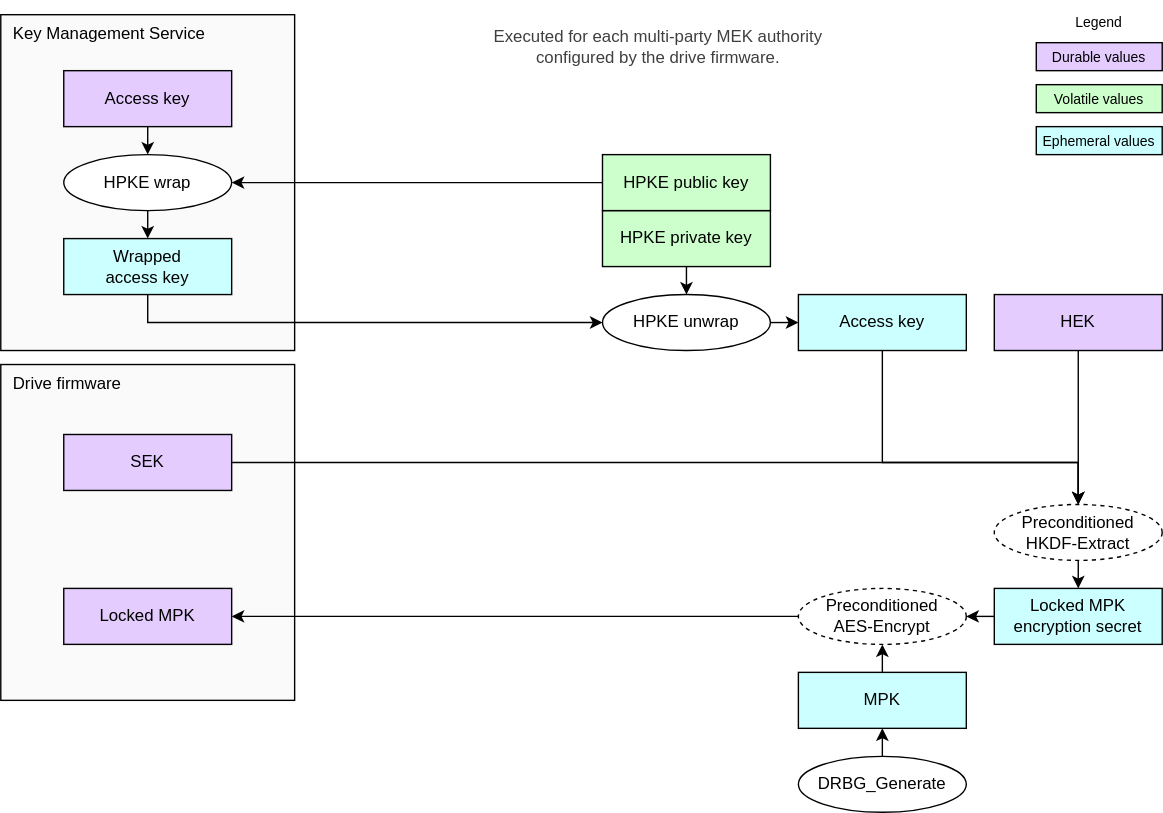
Before: doc/ocp_lock/diagrams/mpk_generate.drawio.svg, a diagram exported from draw.io (chipsalliance/Caliptra). Source tidied: cells renumbered, new cells last; positions are measured from the earlier drawing's top-left corner, leaving out a move shared by most shapes. Source of this version:
```xml
<mxGraphModel background="#ffffff">
  <root>
    <mxCell id="0" />
    <mxCell id="1" parent="0" />
    <mxCell id="2" value="Drive firmware" style="rounded=0;whiteSpace=wrap;html=1;fillColor=#FAFAFA;strokeColor=#000000;align=left;verticalAlign=top;spacingLeft=7;" parent="1" vertex="1">
      <mxGeometry y="260" width="210" height="240" as="geometry" />
    </mxCell>
    <mxCell id="3" value="Key Management Service" style="rounded=0;whiteSpace=wrap;html=1;fillColor=#FAFAFA;strokeColor=#000000;align=left;verticalAlign=top;spacingLeft=7;" parent="1" vertex="1">
      <mxGeometry y="10" width="210" height="240" as="geometry" />
    </mxCell>
    <mxCell id="4" value="&lt;div&gt;&lt;font color=&quot;#000000&quot;&gt;Locked MPK&lt;/font&gt;&lt;/div&gt;" style="rounded=0;whiteSpace=wrap;html=1;align=center;verticalAlign=middle;shadow=0;glass=0;spacingLeft=0;spacingBottom=0;spacingTop=0;fillColor=#E5CCFF;" parent="1" vertex="1">
      <mxGeometry x="45" y="420" width="120" height="40" as="geometry" />
    </mxCell>
    <mxCell id="5" value="&lt;div&gt;&lt;font color=&quot;#000000&quot;&gt;HEK&lt;/font&gt;&lt;/div&gt;" style="rounded=0;whiteSpace=wrap;html=1;align=center;verticalAlign=middle;shadow=0;glass=0;spacingLeft=0;spacingBottom=0;spacingTop=0;fillColor=#E5CCFF;" parent="1" vertex="1">
      <mxGeometry x="710" y="210" width="120" height="40" as="geometry" />
    </mxCell>
    <mxCell id="6" style="edgeStyle=none;html=1;exitX=0;exitY=0.5;exitDx=0;exitDy=0;entryX=1;entryY=0.5;entryDx=0;entryDy=0;" parent="1" edge="1" source="7" target="10">
      <mxGeometry relative="1" as="geometry" />
    </mxCell>
    <mxCell id="7" value="&lt;div&gt;&lt;font color=&quot;#000000&quot;&gt;Locked MPK encryption secret&lt;/font&gt;&lt;/div&gt;" style="rounded=0;whiteSpace=wrap;html=1;align=center;verticalAlign=middle;shadow=0;glass=0;spacingLeft=0;spacingBottom=0;spacingTop=0;fillColor=#CCFFFF;" parent="1" vertex="1">
      <mxGeometry x="710" y="420" width="120" height="40" as="geometry" />
    </mxCell>
    <mxCell id="8" value="&lt;div&gt;&lt;font color=&quot;#000000&quot;&gt;Access key&lt;/font&gt;&lt;/div&gt;" style="rounded=0;whiteSpace=wrap;html=1;align=center;verticalAlign=middle;shadow=0;glass=0;spacingLeft=0;spacingBottom=0;spacingTop=0;fillColor=#CCFFFF;" parent="1" vertex="1">
      <mxGeometry x="570" y="210" width="120" height="40" as="geometry" />
    </mxCell>
    <mxCell id="9" value="Preconditioned&lt;div&gt;HKDF-Extract&lt;/div&gt;" style="ellipse;whiteSpace=wrap;html=1;fillColor=#FFFFFF;dashed=1;" parent="1" vertex="1">
      <mxGeometry x="710" y="360" width="120" height="40" as="geometry" />
    </mxCell>
    <mxCell id="10" value="Preconditioned&lt;div&gt;AES-Encrypt&lt;/div&gt;" style="ellipse;whiteSpace=wrap;html=1;fillColor=#FFFFFF;dashed=1;" parent="1" vertex="1">
      <mxGeometry x="570" y="420" width="120" height="40" as="geometry" />
    </mxCell>
    <mxCell id="11" style="endArrow=none;html=1;exitX=1;exitY=0.5;exitDx=0;exitDy=0;entryX=0;entryY=0.5;entryDx=0;entryDy=0;startArrow=classic;startFill=1;endFill=0;endSize=6;startSize=6;" parent="1" edge="1" source="4" target="10">
      <mxGeometry relative="1" as="geometry" />
    </mxCell>
    <mxCell id="12" style="endArrow=classic;html=1;exitX=0.5;exitY=1;exitDx=0;exitDy=0;endSize=6;startSize=6;edgeStyle=orthogonalEdgeStyle;rounded=0;curved=0;entryX=0.5;entryY=0;entryDx=0;entryDy=0;" parent="1" edge="1" source="8" target="9">
      <mxGeometry relative="1" as="geometry">
        <Array as="points">
          <mxPoint x="630" y="330" />
          <mxPoint x="770" y="330" />
        </Array>
      </mxGeometry>
    </mxCell>
    <mxCell id="13" style="endArrow=classic;html=1;exitX=0.5;exitY=1;exitDx=0;exitDy=0;entryX=0.5;entryY=0;entryDx=0;entryDy=0;endSize=6;startSize=6;" parent="1" edge="1" source="9" target="7">
      <mxGeometry relative="1" as="geometry" />
    </mxCell>
    <mxCell id="14" value="&lt;div&gt;&lt;font color=&quot;#000000&quot;&gt;MPK&lt;/font&gt;&lt;/div&gt;" style="rounded=0;whiteSpace=wrap;html=1;align=center;verticalAlign=middle;shadow=0;glass=0;spacingLeft=0;spacingBottom=0;spacingTop=0;fillColor=#CCFFFF;" parent="1" vertex="1">
      <mxGeometry x="570" y="480" width="120" height="40" as="geometry" />
    </mxCell>
    <mxCell id="15" style="endArrow=none;html=1;exitX=0.5;exitY=1;exitDx=0;exitDy=0;entryX=0.5;entryY=0;entryDx=0;entryDy=0;startArrow=classic;startFill=1;endFill=0;endSize=6;startSize=6;" parent="1" edge="1" source="10" target="14">
      <mxGeometry relative="1" as="geometry" />
    </mxCell>
    <mxCell id="16" style="edgeStyle=segmentEdgeStyle;endArrow=classic;html=1;curved=0;rounded=0;endSize=6;startSize=6;exitX=0.5;exitY=1;exitDx=0;exitDy=0;entryX=0.5;entryY=0;entryDx=0;entryDy=0;" parent="1" edge="1" source="5" target="9">
      <mxGeometry relative="1" as="geometry" />
    </mxCell>
    <mxCell id="17" value="&lt;div&gt;&lt;font color=&quot;#000000&quot;&gt;HPKE private key&lt;/font&gt;&lt;/div&gt;" style="rounded=0;whiteSpace=wrap;html=1;align=center;verticalAlign=middle;shadow=0;glass=0;spacingLeft=0;spacingBottom=0;spacingTop=0;fillColor=#CCFFCC;" parent="1" vertex="1">
      <mxGeometry x="430" y="150" width="120" height="40" as="geometry" />
    </mxCell>
    <mxCell id="18" value="HPKE unwrap" style="ellipse;whiteSpace=wrap;html=1;fillColor=#FFFFFF;" parent="1" vertex="1">
      <mxGeometry x="430" y="210" width="120" height="40" as="geometry" />
    </mxCell>
    <mxCell id="19" style="endArrow=classic;html=1;exitX=1;exitY=0.5;exitDx=0;exitDy=0;endSize=6;startSize=6;" parent="1" edge="1" source="18" target="8">
      <mxGeometry relative="1" as="geometry" />
    </mxCell>
    <mxCell id="20" value="&lt;div&gt;&lt;font color=&quot;#000000&quot;&gt;Wrapped&lt;/font&gt;&lt;/div&gt;&lt;div&gt;&lt;font color=&quot;#000000&quot;&gt;access key&lt;/font&gt;&lt;/div&gt;" style="rounded=0;whiteSpace=wrap;html=1;align=center;verticalAlign=middle;shadow=0;glass=0;spacingLeft=0;spacingBottom=0;spacingTop=0;fillColor=#CCFFFF;" parent="1" vertex="1">
      <mxGeometry x="45" y="170" width="120" height="40" as="geometry" />
    </mxCell>
    <mxCell id="21" value="HPKE wrap" style="ellipse;whiteSpace=wrap;html=1;fillColor=#FFFFFF;" parent="1" vertex="1">
      <mxGeometry x="45" y="110" width="120" height="40" as="geometry" />
    </mxCell>
    <mxCell id="22" value="&lt;div&gt;&lt;font color=&quot;#000000&quot;&gt;HPKE public key&lt;/font&gt;&lt;/div&gt;" style="rounded=0;whiteSpace=wrap;html=1;align=center;verticalAlign=middle;shadow=0;glass=0;spacingLeft=0;spacingBottom=0;spacingTop=0;fillColor=#CCFFCC;" parent="1" vertex="1">
      <mxGeometry x="430" y="110" width="120" height="40" as="geometry" />
    </mxCell>
    <mxCell id="23" style="edgeStyle=segmentEdgeStyle;endArrow=classic;html=1;curved=0;rounded=0;endSize=6;startSize=6;exitX=0;exitY=0.5;exitDx=0;exitDy=0;entryX=1;entryY=0.5;entryDx=0;entryDy=0;" parent="1" edge="1" source="22" target="21">
      <mxGeometry relative="1" as="geometry">
        <Array as="points">
          <mxPoint x="410" y="130" />
          <mxPoint x="410" y="130" />
        </Array>
      </mxGeometry>
    </mxCell>
    <mxCell id="24" style="endArrow=classic;html=1;exitX=0.5;exitY=1;exitDx=0;exitDy=0;entryX=0.5;entryY=0;entryDx=0;entryDy=0;endSize=6;startSize=6;" parent="1" edge="1" source="21" target="20">
      <mxGeometry relative="1" as="geometry" />
    </mxCell>
    <mxCell id="25" style="edgeStyle=segmentEdgeStyle;endArrow=classic;html=1;curved=0;rounded=0;endSize=6;startSize=6;exitX=0.5;exitY=1;exitDx=0;exitDy=0;entryX=0;entryY=0.5;entryDx=0;entryDy=0;" parent="1" edge="1" source="20" target="18">
      <mxGeometry relative="1" as="geometry">
        <Array as="points">
          <mxPoint x="105" y="230" />
        </Array>
      </mxGeometry>
    </mxCell>
    <mxCell id="26" value="&lt;div&gt;&lt;font color=&quot;#000000&quot;&gt;Access key&lt;/font&gt;&lt;/div&gt;" style="rounded=0;whiteSpace=wrap;html=1;align=center;verticalAlign=middle;shadow=0;glass=0;spacingLeft=0;spacingBottom=0;spacingTop=0;fillColor=#E5CCFF;" parent="1" vertex="1">
      <mxGeometry x="45" y="50" width="120" height="40" as="geometry" />
    </mxCell>
    <mxCell id="27" style="endArrow=classic;html=1;exitX=0.5;exitY=1;exitDx=0;exitDy=0;entryX=0.5;entryY=0;entryDx=0;entryDy=0;endSize=6;startSize=6;" parent="1" edge="1" source="26" target="21">
      <mxGeometry relative="1" as="geometry" />
    </mxCell>
    <mxCell id="28" value="&lt;div&gt;&lt;font color=&quot;#000000&quot;&gt;Durable values&lt;/font&gt;&lt;/div&gt;" style="rounded=0;whiteSpace=wrap;html=1;align=center;verticalAlign=middle;shadow=0;glass=0;spacingLeft=0;spacingBottom=0;spacingTop=0;fillColor=#E5CCFF;fontSize=10;" parent="1" vertex="1">
      <mxGeometry x="740" y="30" width="90" height="20" as="geometry" />
    </mxCell>
    <mxCell id="29" value="Legend" style="text;strokeColor=none;align=center;fillColor=none;html=1;verticalAlign=middle;whiteSpace=wrap;rounded=0;fontSize=10;" parent="1" vertex="1">
      <mxGeometry x="755" width="60" height="30" as="geometry" />
    </mxCell>
    <mxCell id="30" style="edgeStyle=none;html=1;entryX=0.5;entryY=1;entryDx=0;entryDy=0;exitX=0.5;exitY=0;exitDx=0;exitDy=0;" parent="1" edge="1" source="31" target="14">
      <mxGeometry relative="1" as="geometry" />
    </mxCell>
    <mxCell id="31" value="DRBG_Generate" style="ellipse;whiteSpace=wrap;html=1;fillColor=#FFFFFF;" parent="1" vertex="1">
      <mxGeometry x="570" y="540" width="120" height="40" as="geometry" />
    </mxCell>
    <mxCell id="32" value="&lt;div&gt;&lt;font color=&quot;#000000&quot;&gt;Volatile values&lt;/font&gt;&lt;/div&gt;" style="rounded=0;whiteSpace=wrap;html=1;align=center;verticalAlign=middle;shadow=0;glass=0;spacingLeft=0;spacingBottom=0;spacingTop=0;fillColor=#CCFFCC;fontSize=10;" parent="1" vertex="1">
      <mxGeometry x="740" y="60" width="90" height="20" as="geometry" />
    </mxCell>
    <mxCell id="33" value="&lt;div&gt;&lt;font color=&quot;#000000&quot;&gt;Ephemeral values&lt;/font&gt;&lt;/div&gt;" style="rounded=0;whiteSpace=wrap;html=1;align=center;verticalAlign=middle;shadow=0;glass=0;spacingLeft=0;spacingBottom=0;spacingTop=0;fillColor=#CCFFFF;fontSize=10;" parent="1" vertex="1">
      <mxGeometry x="740" y="90" width="90" height="20" as="geometry" />
    </mxCell>
    <mxCell id="34" style="endArrow=classic;html=1;exitX=0.5;exitY=1;exitDx=0;exitDy=0;endSize=6;startSize=6;entryX=0.5;entryY=0;entryDx=0;entryDy=0;" parent="1" edge="1" source="17" target="18">
      <mxGeometry relative="1" as="geometry" />
    </mxCell>
    <mxCell id="35" value="&lt;div style=&quot;color: rgb(63, 63, 63);&quot;&gt;Executed&lt;span style=&quot;background-color: transparent;&quot;&gt;&amp;nbsp;for&amp;nbsp;&lt;/span&gt;&lt;span style=&quot;background-color: transparent;&quot;&gt;each multi-party MEK authority configured by the drive firmware.&lt;/span&gt;&lt;/div&gt;" style="text;strokeColor=none;align=center;fillColor=none;html=1;verticalAlign=middle;whiteSpace=wrap;rounded=0;" parent="1" vertex="1">
      <mxGeometry x="340" y="10" width="260" height="45" as="geometry" />
    </mxCell>
    <mxCell id="36" value="&lt;div&gt;&lt;font color=&quot;#000000&quot;&gt;SEK&lt;/font&gt;&lt;/div&gt;" style="rounded=0;whiteSpace=wrap;html=1;align=center;verticalAlign=middle;shadow=0;glass=0;spacingLeft=0;spacingBottom=0;spacingTop=0;fillColor=#E5CCFF;" parent="1" vertex="1">
      <mxGeometry x="45" y="310" width="120" height="40" as="geometry" />
    </mxCell>
    <mxCell id="37" style="edgeStyle=orthogonalEdgeStyle;endArrow=classic;html=1;rounded=0;endSize=6;startSize=6;exitX=1;exitY=0.5;exitDx=0;exitDy=0;entryX=0.5;entryY=0;entryDx=0;entryDy=0;" parent="1" edge="1" source="36" target="9">
      <mxGeometry relative="1" as="geometry">
        <Array as="points">
          <mxPoint x="770" y="330" />
        </Array>
      </mxGeometry>
    </mxCell>
  </root>
</mxGraphModel>
```
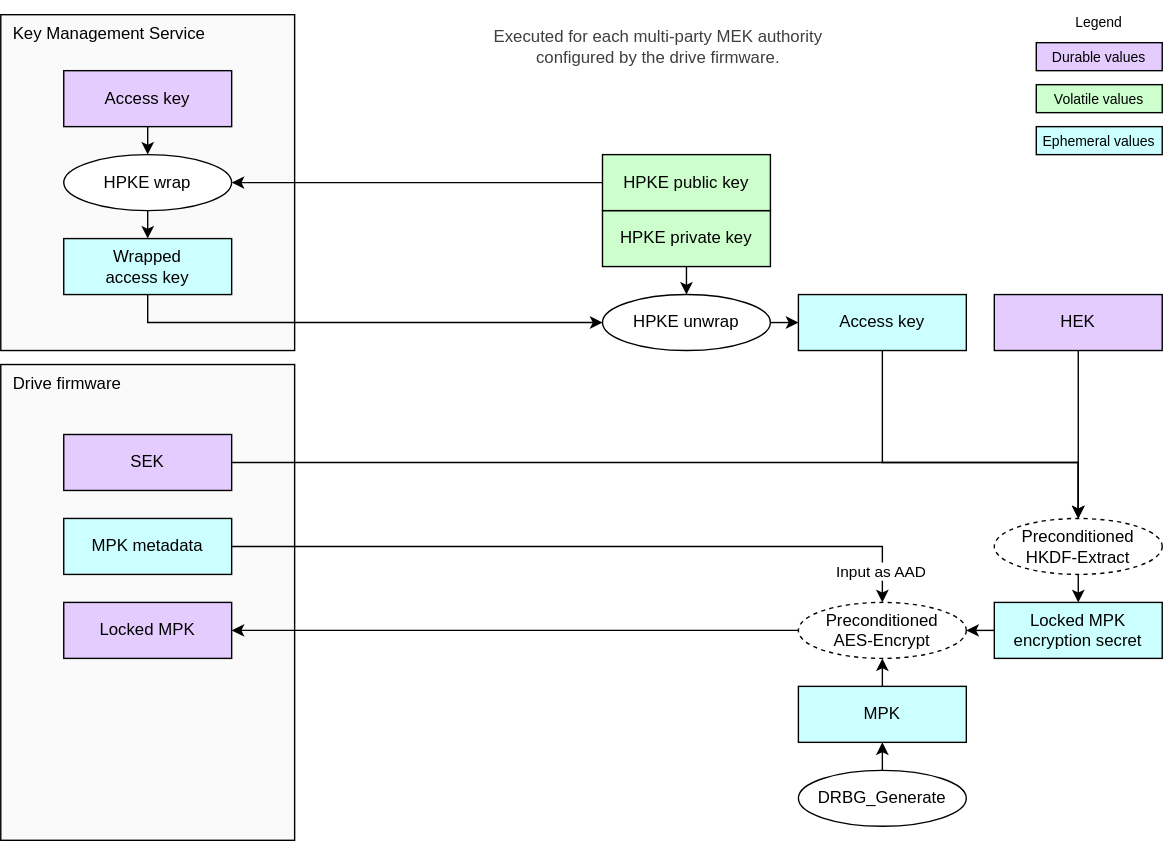
The same diagram one commit later.

Change to the diagram source:
```diff
@@ -3,13 +3,13 @@
     <mxCell id="0" />
     <mxCell id="1" parent="0" />
     <mxCell id="2" value="Drive firmware" style="rounded=0;whiteSpace=wrap;html=1;fillColor=#FAFAFA;strokeColor=#000000;align=left;verticalAlign=top;spacingLeft=7;" parent="1" vertex="1">
-      <mxGeometry y="260" width="210" height="240" as="geometry" />
+      <mxGeometry y="260" width="210" height="340" as="geometry" />
     </mxCell>
     <mxCell id="3" value="Key Management Service" style="rounded=0;whiteSpace=wrap;html=1;fillColor=#FAFAFA;strokeColor=#000000;align=left;verticalAlign=top;spacingLeft=7;" parent="1" vertex="1">
       <mxGeometry y="10" width="210" height="240" as="geometry" />
     </mxCell>
     <mxCell id="4" value="&lt;div&gt;&lt;font color=&quot;#000000&quot;&gt;Locked MPK&lt;/font&gt;&lt;/div&gt;" style="rounded=0;whiteSpace=wrap;html=1;align=center;verticalAlign=middle;shadow=0;glass=0;spacingLeft=0;spacingBottom=0;spacingTop=0;fillColor=#E5CCFF;" parent="1" vertex="1">
-      <mxGeometry x="45" y="420" width="120" height="40" as="geometry" />
+      <mxGeometry x="45" y="430" width="120" height="40" as="geometry" />
     </mxCell>
     <mxCell id="5" value="&lt;div&gt;&lt;font color=&quot;#000000&quot;&gt;HEK&lt;/font&gt;&lt;/div&gt;" style="rounded=0;whiteSpace=wrap;html=1;align=center;verticalAlign=middle;shadow=0;glass=0;spacingLeft=0;spacingBottom=0;spacingTop=0;fillColor=#E5CCFF;" parent="1" vertex="1">
       <mxGeometry x="710" y="210" width="120" height="40" as="geometry" />
@@ -18,16 +18,16 @@
       <mxGeometry relative="1" as="geometry" />
     </mxCell>
     <mxCell id="7" value="&lt;div&gt;&lt;font color=&quot;#000000&quot;&gt;Locked MPK encryption secret&lt;/font&gt;&lt;/div&gt;" style="rounded=0;whiteSpace=wrap;html=1;align=center;verticalAlign=middle;shadow=0;glass=0;spacingLeft=0;spacingBottom=0;spacingTop=0;fillColor=#CCFFFF;" parent="1" vertex="1">
-      <mxGeometry x="710" y="420" width="120" height="40" as="geometry" />
+      <mxGeometry x="710" y="430" width="120" height="40" as="geometry" />
     </mxCell>
     <mxCell id="8" value="&lt;div&gt;&lt;font color=&quot;#000000&quot;&gt;Access key&lt;/font&gt;&lt;/div&gt;" style="rounded=0;whiteSpace=wrap;html=1;align=center;verticalAlign=middle;shadow=0;glass=0;spacingLeft=0;spacingBottom=0;spacingTop=0;fillColor=#CCFFFF;" parent="1" vertex="1">
       <mxGeometry x="570" y="210" width="120" height="40" as="geometry" />
     </mxCell>
     <mxCell id="9" value="Preconditioned&lt;div&gt;HKDF-Extract&lt;/div&gt;" style="ellipse;whiteSpace=wrap;html=1;fillColor=#FFFFFF;dashed=1;" parent="1" vertex="1">
-      <mxGeometry x="710" y="360" width="120" height="40" as="geometry" />
+      <mxGeometry x="710" y="370" width="120" height="40" as="geometry" />
     </mxCell>
     <mxCell id="10" value="Preconditioned&lt;div&gt;AES-Encrypt&lt;/div&gt;" style="ellipse;whiteSpace=wrap;html=1;fillColor=#FFFFFF;dashed=1;" parent="1" vertex="1">
-      <mxGeometry x="570" y="420" width="120" height="40" as="geometry" />
+      <mxGeometry x="570" y="430" width="120" height="40" as="geometry" />
     </mxCell>
     <mxCell id="11" style="endArrow=none;html=1;exitX=1;exitY=0.5;exitDx=0;exitDy=0;entryX=0;entryY=0.5;entryDx=0;entryDy=0;startArrow=classic;startFill=1;endFill=0;endSize=6;startSize=6;" parent="1" edge="1" source="4" target="10">
       <mxGeometry relative="1" as="geometry" />
@@ -44,7 +44,7 @@
       <mxGeometry relative="1" as="geometry" />
     </mxCell>
     <mxCell id="14" value="&lt;div&gt;&lt;font color=&quot;#000000&quot;&gt;MPK&lt;/font&gt;&lt;/div&gt;" style="rounded=0;whiteSpace=wrap;html=1;align=center;verticalAlign=middle;shadow=0;glass=0;spacingLeft=0;spacingBottom=0;spacingTop=0;fillColor=#CCFFFF;" parent="1" vertex="1">
-      <mxGeometry x="570" y="480" width="120" height="40" as="geometry" />
+      <mxGeometry x="570" y="490" width="120" height="40" as="geometry" />
     </mxCell>
     <mxCell id="15" style="endArrow=none;html=1;exitX=0.5;exitY=1;exitDx=0;exitDy=0;entryX=0.5;entryY=0;entryDx=0;entryDy=0;startArrow=classic;startFill=1;endFill=0;endSize=6;startSize=6;" parent="1" edge="1" source="10" target="14">
       <mxGeometry relative="1" as="geometry" />
@@ -104,7 +104,7 @@
       <mxGeometry relative="1" as="geometry" />
     </mxCell>
     <mxCell id="31" value="DRBG_Generate" style="ellipse;whiteSpace=wrap;html=1;fillColor=#FFFFFF;" parent="1" vertex="1">
-      <mxGeometry x="570" y="540" width="120" height="40" as="geometry" />
+      <mxGeometry x="570" y="550" width="120" height="40" as="geometry" />
     </mxCell>
     <mxCell id="32" value="&lt;div&gt;&lt;font color=&quot;#000000&quot;&gt;Volatile values&lt;/font&gt;&lt;/div&gt;" style="rounded=0;whiteSpace=wrap;html=1;align=center;verticalAlign=middle;shadow=0;glass=0;spacingLeft=0;spacingBottom=0;spacingTop=0;fillColor=#CCFFCC;fontSize=10;" parent="1" vertex="1">
       <mxGeometry x="740" y="60" width="90" height="20" as="geometry" />
@@ -128,5 +128,16 @@
         </Array>
       </mxGeometry>
     </mxCell>
+    <mxCell id="38" style="edgeStyle=orthogonalEdgeStyle;html=1;exitX=1;exitY=0.5;exitDx=0;exitDy=0;entryX=0.5;entryY=0;entryDx=0;entryDy=0;rounded=0;" parent="1" edge="1" source="40" target="10">
+      <mxGeometry relative="1" as="geometry" />
+    </mxCell>
+    <mxCell id="39" value="Input as AAD" style="edgeLabel;html=1;align=center;verticalAlign=middle;" parent="38" vertex="1">
+      <mxGeometry x="0.89" y="2" relative="1" as="geometry">
+        <mxPoint x="-4" y="4" as="offset" />
+      </mxGeometry>
+    </mxCell>
+    <mxCell id="40" value="&lt;div&gt;&lt;font color=&quot;#000000&quot;&gt;MPK metadata&lt;/font&gt;&lt;/div&gt;" style="rounded=0;whiteSpace=wrap;html=1;align=center;verticalAlign=middle;shadow=0;glass=0;spacingLeft=0;spacingBottom=0;spacingTop=0;fillColor=#CCFFFF;" parent="1" vertex="1">
+      <mxGeometry x="45" y="370" width="120" height="40" as="geometry" />
+    </mxCell>
   </root>
 </mxGraphModel>
```
